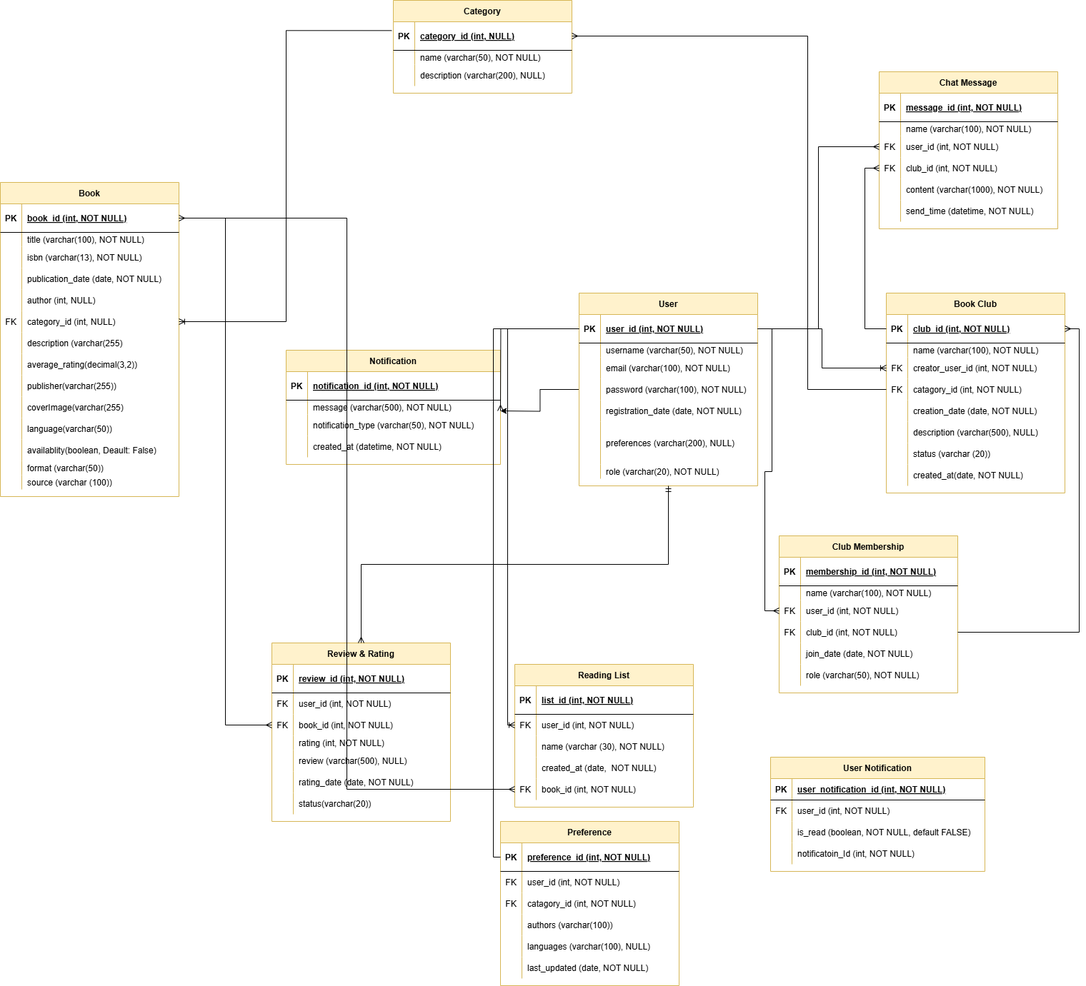
Kkgenkai/Draw.io keeps this draw.io diagram as New folder/Untitled Diagram.drawio.png. Above is the earlier version. Source tidied: cells renumbered, new cells last; positions are measured from the earlier drawing's top-left corner, leaving out a move shared by most shapes.
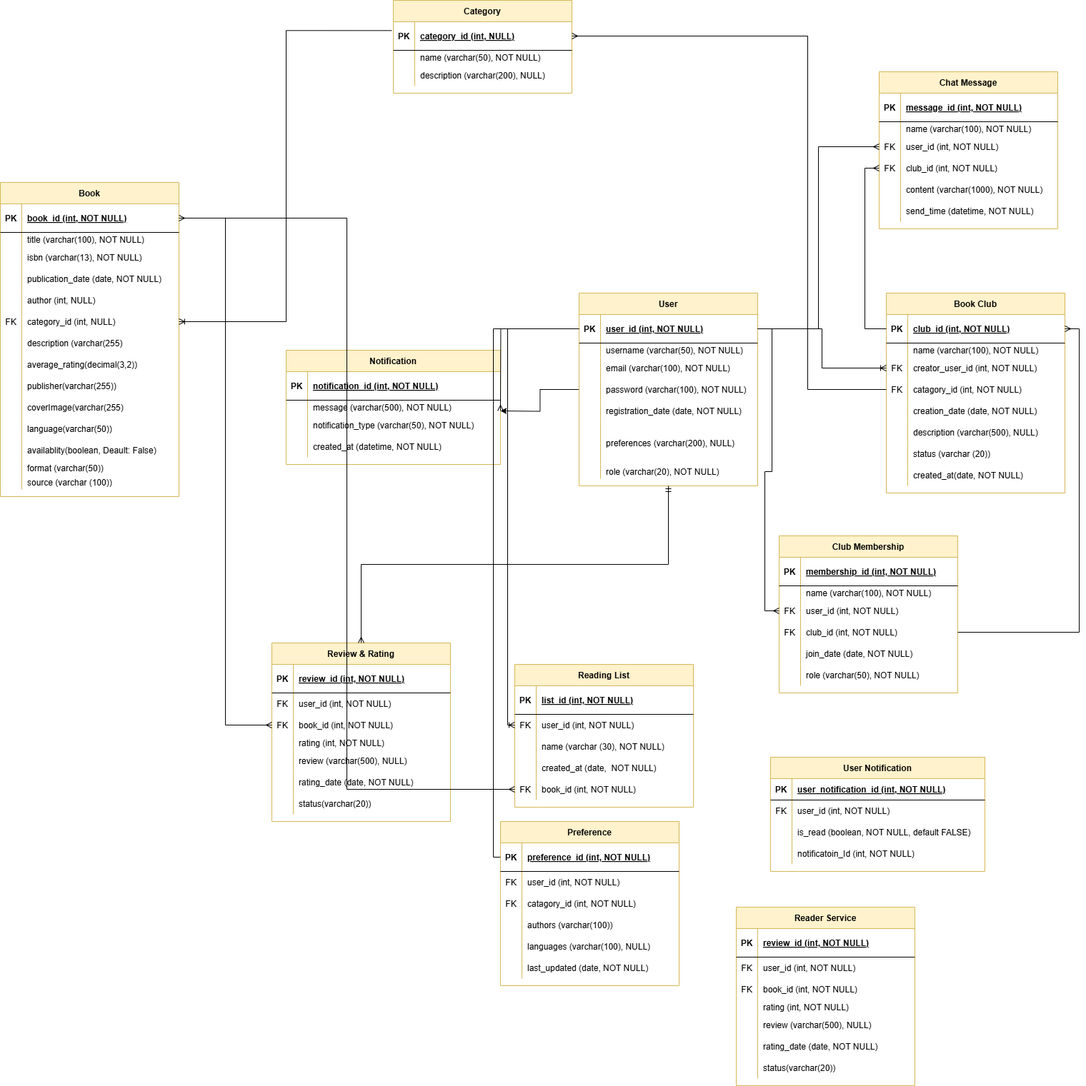
The same file after the commit.

What changed in the source:
```diff
@@ -716,5 +716,71 @@
     <mxCell id="236" value="notificatoin_Id (int, NOT NULL)" style="shape=partialRectangle;overflow=hidden;fillColor=none;top=0;left=0;bottom=0;right=0;align=left;spacingLeft=6;" parent="234" vertex="1">
       <mxGeometry x="30" width="270" height="30" as="geometry" />
     </mxCell>
+    <mxCell id="237" value="Reader Service" style="shape=table;startSize=30;rowLines=0;fontStyle=1;align=center;fillColor=#fff2cc;strokeColor=#d6b656;" parent="1" vertex="1">
+      <mxGeometry x="1030" y="1270" width="250" height="250" as="geometry" />
+    </mxCell>
+    <mxCell id="238" style="shape=partialRectangle;fillColor=none;top=0;left=0;right=0;bottom=1;" parent="237" vertex="1">
+      <mxGeometry y="30" width="250" height="40" as="geometry" />
+    </mxCell>
+    <mxCell id="239" value="PK" style="shape=partialRectangle;overflow=hidden;fillColor=none;top=0;left=0;bottom=0;right=0;fontStyle=1;" parent="238" vertex="1">
+      <mxGeometry width="30" height="40" as="geometry" />
+    </mxCell>
+    <mxCell id="240" value="review_id (int, NOT NULL)" style="shape=partialRectangle;overflow=hidden;fillColor=none;top=0;left=0;bottom=0;right=0;align=left;spacingLeft=6;fontStyle=5;" parent="238" vertex="1">
+      <mxGeometry x="30" width="220" height="40" as="geometry" />
+    </mxCell>
+    <mxCell id="241" style="shape=partialRectangle;fillColor=none;top=0;left=0;right=0;bottom=0;" parent="237" vertex="1">
+      <mxGeometry y="70" width="250" height="30" as="geometry" />
+    </mxCell>
+    <mxCell id="242" value="FK" style="shape=partialRectangle;overflow=hidden;fillColor=none;top=0;left=0;bottom=0;right=0;" parent="241" vertex="1">
+      <mxGeometry width="30" height="30" as="geometry" />
+    </mxCell>
+    <mxCell id="243" value="user_id (int, NOT NULL)" style="shape=partialRectangle;overflow=hidden;fillColor=none;top=0;left=0;bottom=0;right=0;align=left;spacingLeft=6;" parent="241" vertex="1">
+      <mxGeometry x="30" width="220" height="30" as="geometry" />
+    </mxCell>
+    <mxCell id="244" style="shape=partialRectangle;fillColor=none;top=0;left=0;right=0;bottom=0;" parent="237" vertex="1">
+      <mxGeometry y="100" width="250" height="30" as="geometry" />
+    </mxCell>
+    <mxCell id="245" value="FK" style="shape=partialRectangle;overflow=hidden;fillColor=none;top=0;left=0;bottom=0;right=0;" parent="244" vertex="1">
+      <mxGeometry width="30" height="30" as="geometry" />
+    </mxCell>
+    <mxCell id="246" value="book_id (int, NOT NULL)" style="shape=partialRectangle;overflow=hidden;fillColor=none;top=0;left=0;bottom=0;right=0;align=left;spacingLeft=6;" parent="244" vertex="1">
+      <mxGeometry x="30" width="220" height="30" as="geometry" />
+    </mxCell>
+    <mxCell id="247" style="shape=partialRectangle;fillColor=none;top=0;left=0;right=0;bottom=0;" parent="237" vertex="1">
+      <mxGeometry y="130" width="250" height="20" as="geometry" />
+    </mxCell>
+    <mxCell id="248" style="shape=partialRectangle;overflow=hidden;fillColor=none;top=0;left=0;bottom=0;right=0;" parent="247" vertex="1">
+      <mxGeometry width="30" height="20" as="geometry" />
+    </mxCell>
+    <mxCell id="249" value="rating (int, NOT NULL) " style="shape=partialRectangle;overflow=hidden;fillColor=none;top=0;left=0;bottom=0;right=0;align=left;spacingLeft=6;" parent="247" vertex="1">
+      <mxGeometry x="30" width="220" height="20" as="geometry" />
+    </mxCell>
+    <mxCell id="250" style="shape=partialRectangle;fillColor=none;top=0;left=0;right=0;bottom=0;" parent="237" vertex="1">
+      <mxGeometry y="150" width="250" height="30" as="geometry" />
+    </mxCell>
+    <mxCell id="251" style="shape=partialRectangle;overflow=hidden;fillColor=none;top=0;left=0;bottom=0;right=0;" parent="250" vertex="1">
+      <mxGeometry width="30" height="30" as="geometry" />
+    </mxCell>
+    <mxCell id="252" value="review (varchar(500), NULL)" style="shape=partialRectangle;overflow=hidden;fillColor=none;top=0;left=0;bottom=0;right=0;align=left;spacingLeft=6;" parent="250" vertex="1">
+      <mxGeometry x="30" width="220" height="30" as="geometry" />
+    </mxCell>
+    <mxCell id="253" style="shape=partialRectangle;fillColor=none;top=0;left=0;right=0;bottom=0;" parent="237" vertex="1">
+      <mxGeometry y="180" width="250" height="30" as="geometry" />
+    </mxCell>
+    <mxCell id="254" style="shape=partialRectangle;overflow=hidden;fillColor=none;top=0;left=0;bottom=0;right=0;" parent="253" vertex="1">
+      <mxGeometry width="30" height="30" as="geometry" />
+    </mxCell>
+    <mxCell id="255" value="rating_date (date, NOT NULL)" style="shape=partialRectangle;overflow=hidden;fillColor=none;top=0;left=0;bottom=0;right=0;align=left;spacingLeft=6;" parent="253" vertex="1">
+      <mxGeometry x="30" width="220" height="30" as="geometry" />
+    </mxCell>
+    <mxCell id="256" style="shape=partialRectangle;fillColor=none;top=0;left=0;right=0;bottom=0;" parent="237" vertex="1">
+      <mxGeometry y="210" width="250" height="30" as="geometry" />
+    </mxCell>
+    <mxCell id="257" style="shape=partialRectangle;overflow=hidden;fillColor=none;top=0;left=0;bottom=0;right=0;" parent="256" vertex="1">
+      <mxGeometry width="30" height="30" as="geometry" />
+    </mxCell>
+    <mxCell id="258" value="status(varchar(20))" style="shape=partialRectangle;overflow=hidden;fillColor=none;top=0;left=0;bottom=0;right=0;align=left;spacingLeft=6;" parent="256" vertex="1">
+      <mxGeometry x="30" width="220" height="30" as="geometry" />
+    </mxCell>
   </root>
 </mxGraphModel>
```
